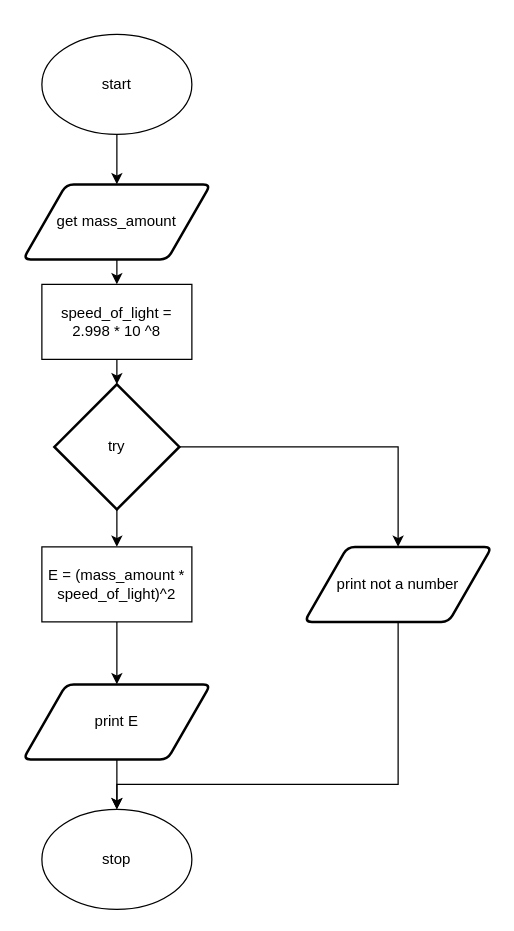
The draw.io diagram flow.drawio in devin-jhu/ics4u-unit2-02, before the edit. Source tidied: cells renumbered, new cells numbered last; positions are measured from the earlier drawing's top-left corner, leaving out a move shared by most shapes. Both pictures are drawn from the tidied source at 125%, with x=0, y=0 at pixel (22, 34).
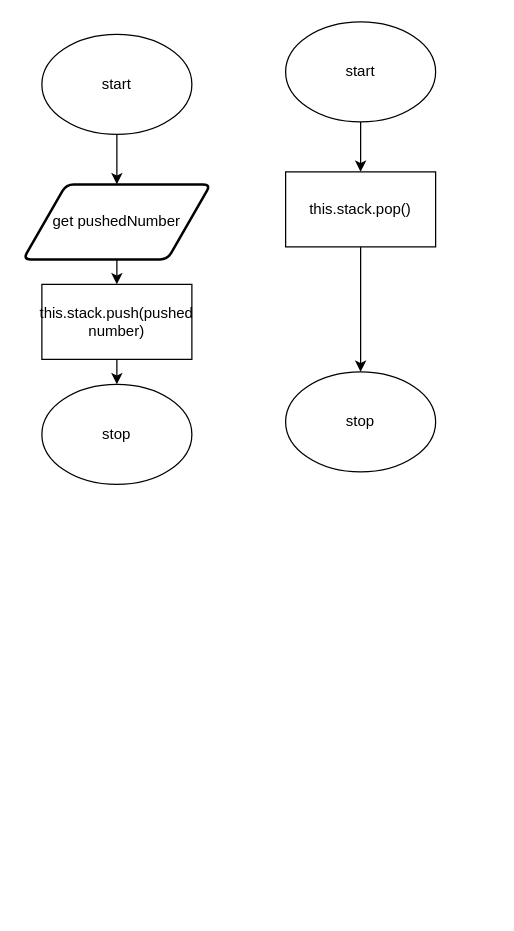
Above is the later version.

Diff of the diagram source:
```diff
@@
     <mxCell id="4" value="stop" style="ellipse;whiteSpace=wrap;html=1;" parent="1" vertex="1">
-      <mxGeometry x="15" y="620" width="120" height="80" as="geometry" />
+      <mxGeometry x="15" y="280" width="120" height="80" as="geometry" />
     </mxCell>
@@
-    <mxCell id="6" value="get mass_amount" style="shape=parallelogram;html=1;strokeWidth=2;perimeter=parallelogramPerimeter;whiteSpace=wrap;rounded=1;arcSize=12;size=0.23;" parent="1" vertex="1">
+    <mxCell id="6" value="get pushedNumber" style="shape=parallelogram;html=1;strokeWidth=2;perimeter=parallelogramPerimeter;whiteSpace=wrap;rounded=1;arcSize=12;size=0.23;" parent="1" vertex="1">
       <mxGeometry y="120" width="150" height="60" as="geometry" />
     </mxCell>
-    <mxCell id="7" style="edgeStyle=orthogonalEdgeStyle;html=1;exitX=1;exitY=0.5;exitDx=0;exitDy=0;exitPerimeter=0;entryX=0.5;entryY=0;entryDx=0;entryDy=0;rounded=0;" parent="1" edge="1" source="9" target="17">
-      <mxGeometry relative="1" as="geometry" />
-    </mxCell>
-    <mxCell id="8" style="edgeStyle=orthogonalEdgeStyle;shape=connector;rounded=0;html=1;exitX=0.5;exitY=1;exitDx=0;exitDy=0;exitPerimeter=0;entryX=0.5;entryY=0;entryDx=0;entryDy=0;labelBackgroundColor=default;fontFamily=Helvetica;fontSize=11;fontColor=default;endArrow=classic;strokeColor=default;" parent="1" edge="1" source="9" target="13">
-      <mxGeometry relative="1" as="geometry" />
-    </mxCell>
-    <mxCell id="9" value="try" style="strokeWidth=2;html=1;shape=mxgraph.flowchart.decision;whiteSpace=wrap;" parent="1" vertex="1">
-      <mxGeometry x="25" y="280" width="100" height="100" as="geometry" />
-    </mxCell>
-    <mxCell id="10" style="edgeStyle=none;html=1;exitX=0.5;exitY=1;exitDx=0;exitDy=0;entryX=0.5;entryY=0;entryDx=0;entryDy=0;entryPerimeter=0;" parent="1" edge="1" source="11" target="9">
-      <mxGeometry relative="1" as="geometry" />
+    <mxCell id="10" style="edgeStyle=none;html=1;exitX=0.5;exitY=1;exitDx=0;exitDy=0;entryX=0.5;entryY=0;entryDx=0;entryDy=0;entryPerimeter=0;" parent="1" edge="1" source="11">
+      <mxGeometry relative="1" as="geometry">
+        <mxPoint x="75" y="280" as="targetPoint" />
+      </mxGeometry>
     </mxCell>
-    <mxCell id="11" value="speed_of_light = 2.998 * 10 ^8" style="rounded=0;whiteSpace=wrap;html=1;" parent="1" vertex="1">
+    <mxCell id="11" value="this.stack.push(pushed number)" style="rounded=0;whiteSpace=wrap;html=1;" parent="1" vertex="1">
       <mxGeometry x="15" y="200" width="120" height="60" as="geometry" />
     </mxCell>
-    <mxCell id="12" style="edgeStyle=orthogonalEdgeStyle;shape=connector;rounded=0;html=1;exitX=0.5;exitY=1;exitDx=0;exitDy=0;labelBackgroundColor=default;fontFamily=Helvetica;fontSize=11;fontColor=default;endArrow=classic;strokeColor=default;" parent="1" edge="1" source="13" target="15">
-      <mxGeometry relative="1" as="geometry" />
-    </mxCell>
-    <mxCell id="13" value="E = (mass_amount * speed_of_light)^2" style="rounded=0;whiteSpace=wrap;html=1;" parent="1" vertex="1">
-      <mxGeometry x="15" y="410" width="120" height="60" as="geometry" />
-    </mxCell>
-    <mxCell id="14" style="edgeStyle=orthogonalEdgeStyle;shape=connector;rounded=0;html=1;exitX=0.5;exitY=1;exitDx=0;exitDy=0;labelBackgroundColor=default;fontFamily=Helvetica;fontSize=11;fontColor=default;endArrow=classic;strokeColor=default;" parent="1" edge="1" source="15">
-      <mxGeometry relative="1" as="geometry">
-        <mxPoint x="75" y="620" as="targetPoint" />
-      </mxGeometry>
-    </mxCell>
-    <mxCell id="15" value="print E" style="shape=parallelogram;html=1;strokeWidth=2;perimeter=parallelogramPerimeter;whiteSpace=wrap;rounded=1;arcSize=12;size=0.23;" parent="1" vertex="1">
-      <mxGeometry y="520" width="150" height="60" as="geometry" />
-    </mxCell>
-    <mxCell id="16" style="edgeStyle=orthogonalEdgeStyle;shape=connector;rounded=0;html=1;exitX=0.5;exitY=1;exitDx=0;exitDy=0;labelBackgroundColor=default;fontFamily=Helvetica;fontSize=11;fontColor=default;endArrow=classic;strokeColor=default;" parent="1" edge="1" source="17" target="4">
-      <mxGeometry relative="1" as="geometry">
-        <Array as="points">
-          <mxPoint x="300" y="600" />
-          <mxPoint x="75" y="600" />
-        </Array>
-      </mxGeometry>
-    </mxCell>
-    <mxCell id="17" value="print not a number" style="shape=parallelogram;html=1;strokeWidth=2;perimeter=parallelogramPerimeter;whiteSpace=wrap;rounded=1;arcSize=12;size=0.23;" parent="1" vertex="1">
-      <mxGeometry x="225" y="410" width="150" height="60" as="geometry" />
-    </mxCell>
+    <mxCell id="8" style="edgeStyle=none;html=1;exitX=0.5;exitY=1;exitDx=0;exitDy=0;entryX=0.5;entryY=0;entryDx=0;entryDy=0;" parent="1" edge="1" source="18">
+      <mxGeometry relative="1" as="geometry">
+        <mxPoint x="270" y="110" as="targetPoint" />
+      </mxGeometry>
+    </mxCell>
+    <mxCell id="18" value="start" style="ellipse;whiteSpace=wrap;html=1;" parent="1" vertex="1">
+      <mxGeometry x="210" y="-10" width="120" height="80" as="geometry" />
+    </mxCell>
+    <mxCell id="19" value="stop" style="ellipse;whiteSpace=wrap;html=1;" parent="1" vertex="1">
+      <mxGeometry x="210" y="270" width="120" height="80" as="geometry" />
+    </mxCell>
+    <mxCell id="20" style="edgeStyle=none;html=1;exitX=0.5;exitY=1;exitDx=0;exitDy=0;" parent="1" edge="1" target="22">
+      <mxGeometry relative="1" as="geometry">
+        <mxPoint x="270" y="170" as="sourcePoint" />
+      </mxGeometry>
+    </mxCell>
+    <mxCell id="21" style="edgeStyle=none;html=1;exitX=0.5;exitY=1;exitDx=0;exitDy=0;entryX=0.5;entryY=0;entryDx=0;entryDy=0;entryPerimeter=0;" parent="1" edge="1" source="22">
+      <mxGeometry relative="1" as="geometry">
+        <mxPoint x="270" y="270" as="targetPoint" />
+      </mxGeometry>
+    </mxCell>
+    <mxCell id="22" value="this.stack.pop()" style="rounded=0;whiteSpace=wrap;html=1;" parent="1" vertex="1">
+      <mxGeometry x="210" y="110" width="120" height="60" as="geometry" />
+    </mxCell>
```
